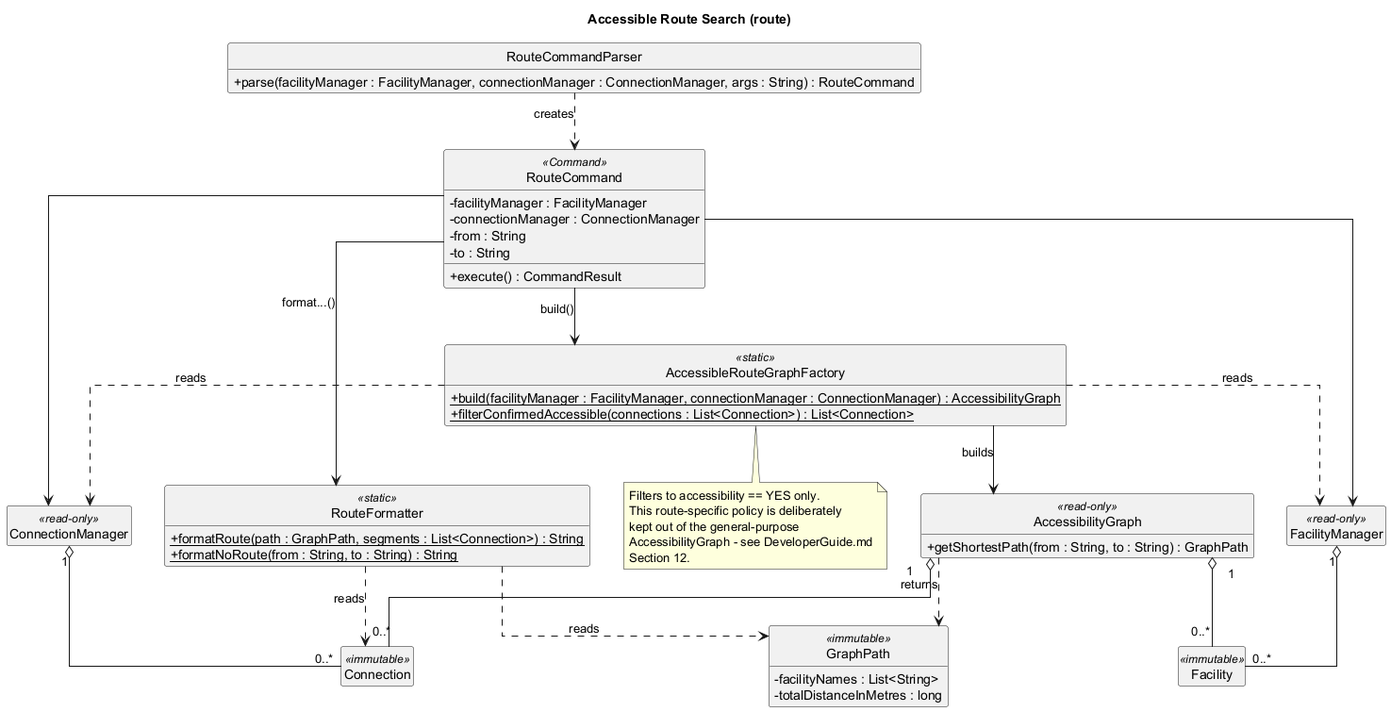
The PlantUML diagram docs/diagrams/class/RouteClassDiagram.png in lukelouyu/SelfTeamProject, before a commit.
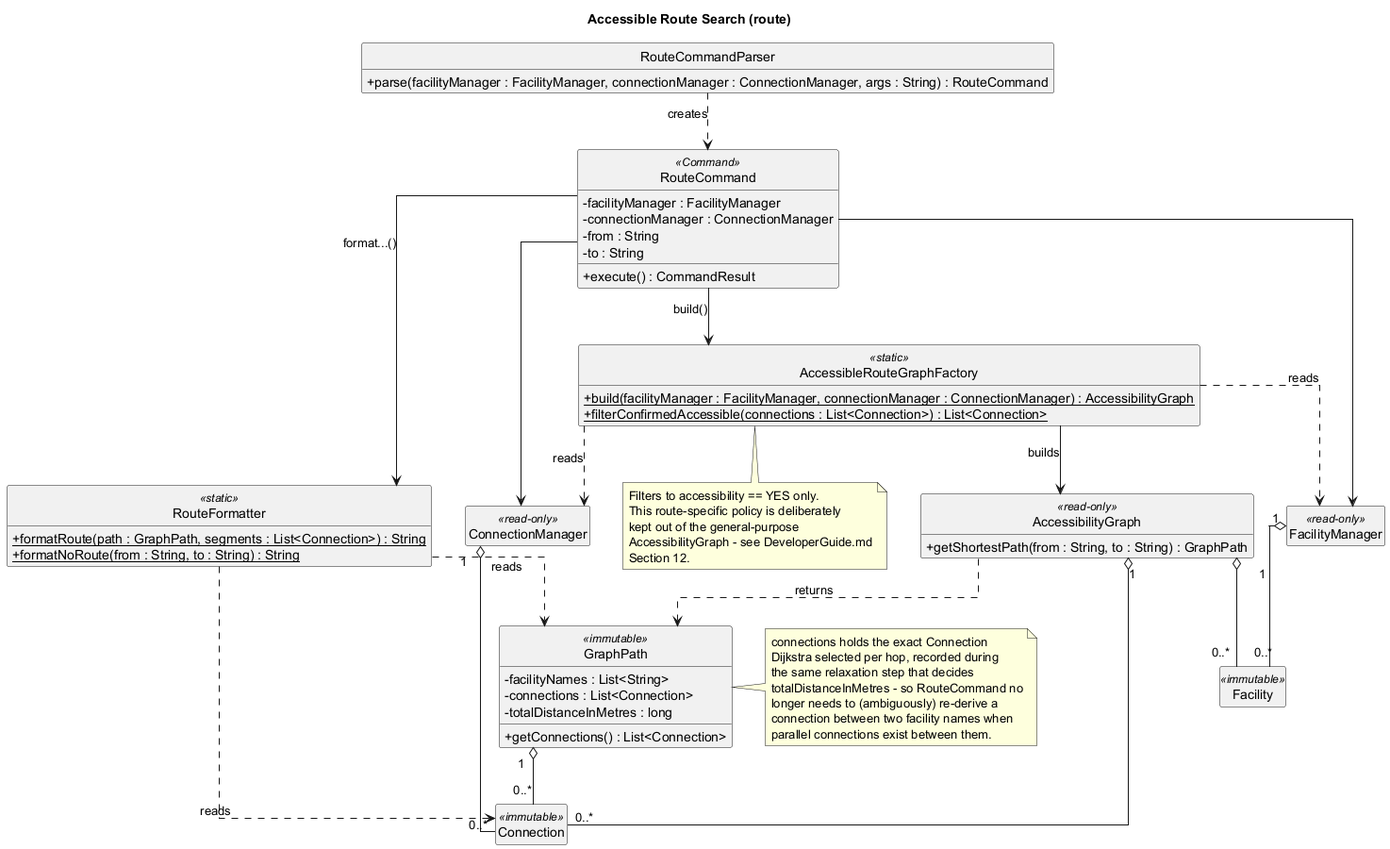
The same file after the commit.

Commit message:
fix: retain exact connection edges in route paths

What changed in the source:
```diff
@@ -35,7 +35,9 @@
 
 class GraphPath <<immutable>> {
   - facilityNames : List<String>
+  - connections : List<Connection>
   - totalDistanceInMetres : long
+  + getConnections() : List<Connection>
 }
 
 class FacilityManager <<read-only>>
@@ -54,6 +56,7 @@
 AccessibilityGraph ..> GraphPath : returns
 AccessibilityGraph "1" o-- "0..*" Facility
 AccessibilityGraph "1" o-- "0..*" Connection
+GraphPath "1" o-- "0..*" Connection
 RouteFormatter ..> GraphPath : reads
 RouteFormatter ..> Connection : reads
 FacilityManager "1" o-- "0..*" Facility
@@ -67,4 +70,14 @@
   Section 12.
 end note
 
+note right of GraphPath
+  connections holds the exact Connection
+  Dijkstra selected per hop, recorded during
+  the same relaxation step that decides
+  totalDistanceInMetres - so RouteCommand no
+  longer needs to (ambiguously) re-derive a
+  connection between two facility names when
+  parallel connections exist between them.
+end note
+
 @enduml
```
